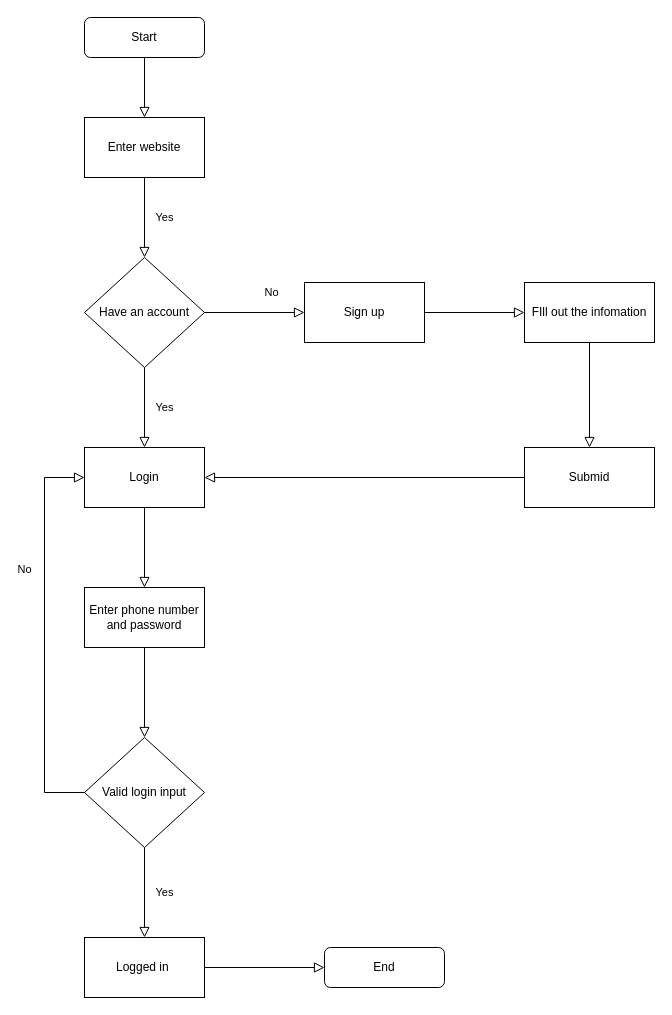
Earlier version of the draw.io diagram flowchart_login.drawio (alikuxac/alikuxac). Source tidied: cells renumbered, new cells numbered last; positions are measured from the earlier drawing's top-left corner, leaving out a move shared by most shapes. Both pictures are drawn from the tidied source at 100%, with x=0, y=0 at pixel (44, 17).
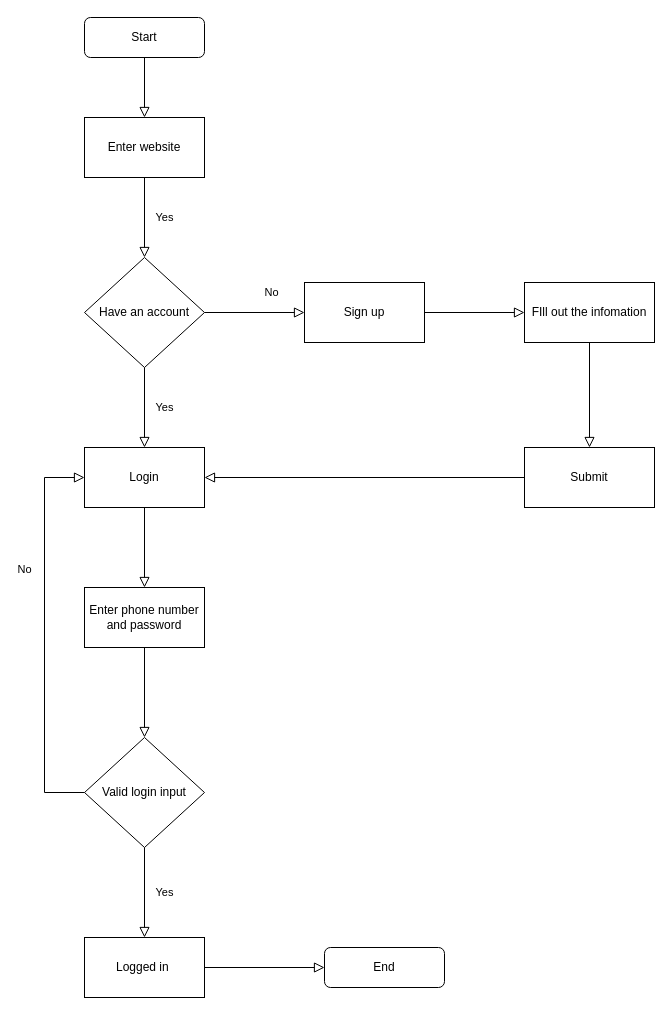
After the change.

What changed in the source:
```diff
@@
-    <mxCell id="22" value="Submid" style="rounded=0;whiteSpace=wrap;html=1;" parent="1" vertex="1">
+    <mxCell id="22" value="Submit" style="rounded=0;whiteSpace=wrap;html=1;" parent="1" vertex="1">
       <mxGeometry x="480" y="430" width="130" height="60" as="geometry" />
     </mxCell>
```
